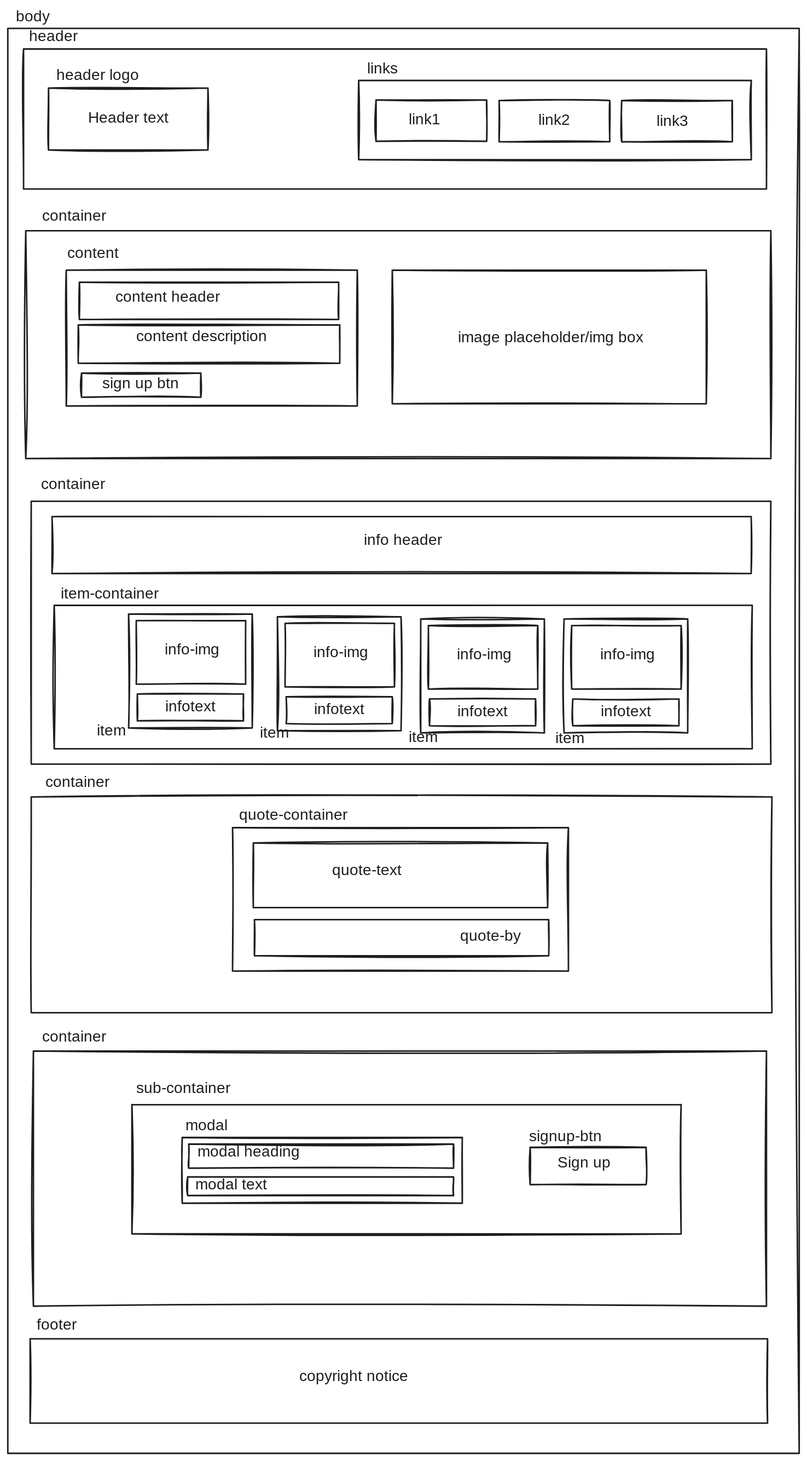
Before: exclaidraw-sketch.svg, a diagram exported from Excalidraw (CodeReDarsh/landing-page). Source tidied: one line per element, renumbered; positions are measured from the earlier drawing's top-left corner, leaving out a move shared by most shapes.
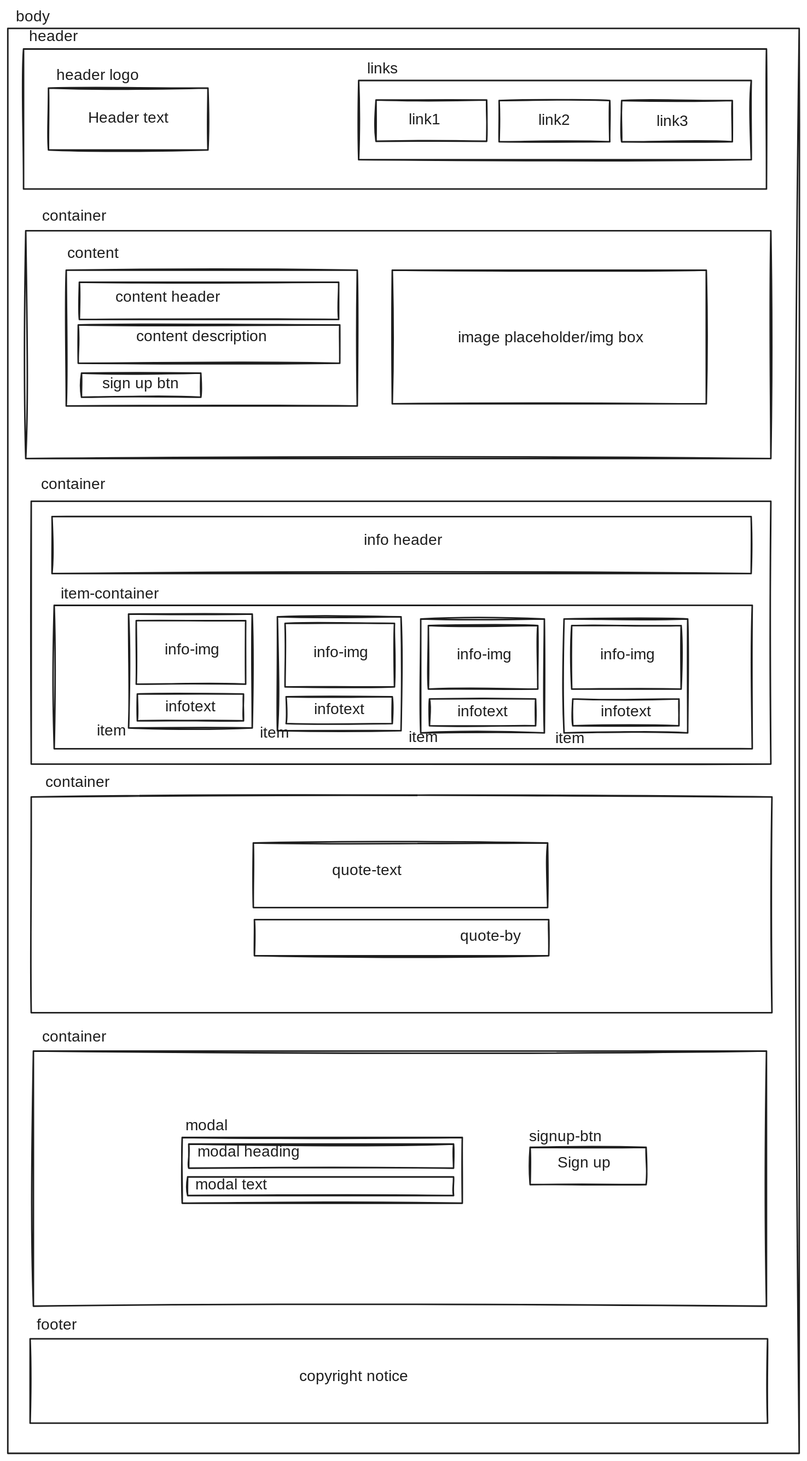
The same file after the commit.

Commit message:
docs: updated excalidraw sketch to reflect current container layout.

removed quote container and modal container, since they're already in well.. containers haha.

The edit, as a diff of the source:
```diff
@@ -36,11 +36,9 @@
 {"id": 35, "type": "text", "text": "info-img", "strokeColor": "#1e1e1e", "strokeWidth": 2, "roughness": 1, "fontSize": 20, "fontFamily": 5, "x": 205, "y": 826, "width": 75, "height": 25}
 {"id": 36, "type": "text", "text": "item-container", "strokeColor": "#1e1e1e", "strokeWidth": 2, "roughness": 1, "fontSize": 20, "fontFamily": 5, "x": 69, "y": 753, "width": 138, "height": 25}
 {"id": 37, "type": "rectangle", "strokeColor": "#1e1e1e", "strokeWidth": 2, "roughness": 1, "x": 31, "y": 1030, "width": 967, "height": 281}
-{"id": 38, "type": "rectangle", "strokeColor": "#1e1e1e", "strokeWidth": 2, "roughness": 1, "x": 293, "y": 1070, "width": 439, "height": 187}
 {"id": 39, "type": "rectangle", "strokeColor": "#1e1e1e", "strokeWidth": 2, "roughness": 1, "x": 321, "y": 1090, "width": 384, "height": 84}
 {"id": 40, "type": "rectangle", "strokeColor": "#1e1e1e", "strokeWidth": 2, "roughness": 1, "x": 322, "y": 1190, "width": 384, "height": 47}
 {"id": 41, "type": "text", "text": "container", "strokeColor": "#1e1e1e", "strokeWidth": 2, "roughness": 1, "fontSize": 20, "fontFamily": 5, "x": 49, "y": 999, "width": 90, "height": 25}
-{"id": 42, "type": "text", "text": "quote-container", "strokeColor": "#1e1e1e", "strokeWidth": 2, "roughness": 1, "fontSize": 20, "fontFamily": 5, "x": 302, "y": 1041, "width": 153, "height": 25}
 {"id": 43, "type": "rectangle", "strokeColor": "#1e1e1e", "strokeWidth": 2, "roughness": 1, "x": 158, "y": 791, "width": 161, "height": 149}
 {"id": 44, "type": "rectangle", "strokeColor": "#1e1e1e", "strokeWidth": 2, "roughness": 1, "x": 549, "y": 806, "width": 143, "height": 83}
 {"id": 45, "type": "rectangle", "strokeColor": "#1e1e1e", "strokeWidth": 2, "roughness": 1, "x": 551, "y": 902, "width": 139, "height": 35}
@@ -64,13 +62,11 @@
 {"id": 63, "type": "text", "text": "quote-text", "strokeColor": "#1e1e1e", "strokeWidth": 2, "roughness": 1, "fontSize": 20, "fontFamily": 5, "x": 423, "y": 1114, "width": 108, "height": 25}
 {"id": 64, "type": "text", "text": "quote-by", "strokeColor": "#1e1e1e", "strokeWidth": 2, "roughness": 1, "fontSize": 20, "fontFamily": 5, "x": 591, "y": 1200, "width": 85, "height": 25}
 {"id": 65, "type": "rectangle", "strokeColor": "#1e1e1e", "strokeWidth": 2, "roughness": 1, "x": 33, "y": 1361, "width": 957, "height": 333}
-{"id": 66, "type": "rectangle", "strokeColor": "#1e1e1e", "strokeWidth": 2, "roughness": 1, "x": 162, "y": 1431, "width": 717, "height": 169}
 {"id": 67, "type": "rectangle", "strokeColor": "#1e1e1e", "strokeWidth": 2, "roughness": 1, "x": 228, "y": 1474, "width": 366, "height": 86}
 {"id": 68, "type": "rectangle", "strokeColor": "#1e1e1e", "strokeWidth": 2, "roughness": 1, "x": 236, "y": 1482, "width": 346, "height": 31}
 {"id": 69, "type": "rectangle", "strokeColor": "#1e1e1e", "strokeWidth": 2, "roughness": 1, "x": 235, "y": 1525, "width": 347, "height": 24}
 {"id": 70, "type": "rectangle", "strokeColor": "#1e1e1e", "strokeWidth": 2, "roughness": 1, "x": 682, "y": 1487, "width": 151, "height": 49}
 {"id": 71, "type": "text", "text": "container", "strokeColor": "#1e1e1e", "strokeWidth": 2, "roughness": 1, "fontSize": 20, "fontFamily": 5, "x": 45, "y": 1331, "width": 90, "height": 25}
-{"id": 72, "type": "text", "text": "sub-container", "strokeColor": "#1e1e1e", "strokeWidth": 2, "roughness": 1, "fontSize": 20, "fontFamily": 5, "x": 168, "y": 1398, "width": 131, "height": 25}
 {"id": 73, "type": "text", "text": "modal", "strokeColor": "#1e1e1e", "strokeWidth": 2, "roughness": 1, "fontSize": 20, "fontFamily": 5, "x": 232, "y": 1447, "width": 53, "height": 25}
 {"id": 74, "type": "text", "text": "modal heading", "strokeColor": "#1e1e1e", "strokeWidth": 2, "roughness": 1, "fontSize": 20, "fontFamily": 5, "x": 248, "y": 1481, "width": 134, "height": 25}
 {"id": 75, "type": "text", "text": "modal text", "strokeColor": "#1e1e1e", "strokeWidth": 2, "roughness": 1, "fontSize": 20, "fontFamily": 5, "x": 245, "y": 1524, "width": 106, "height": 25}
```
